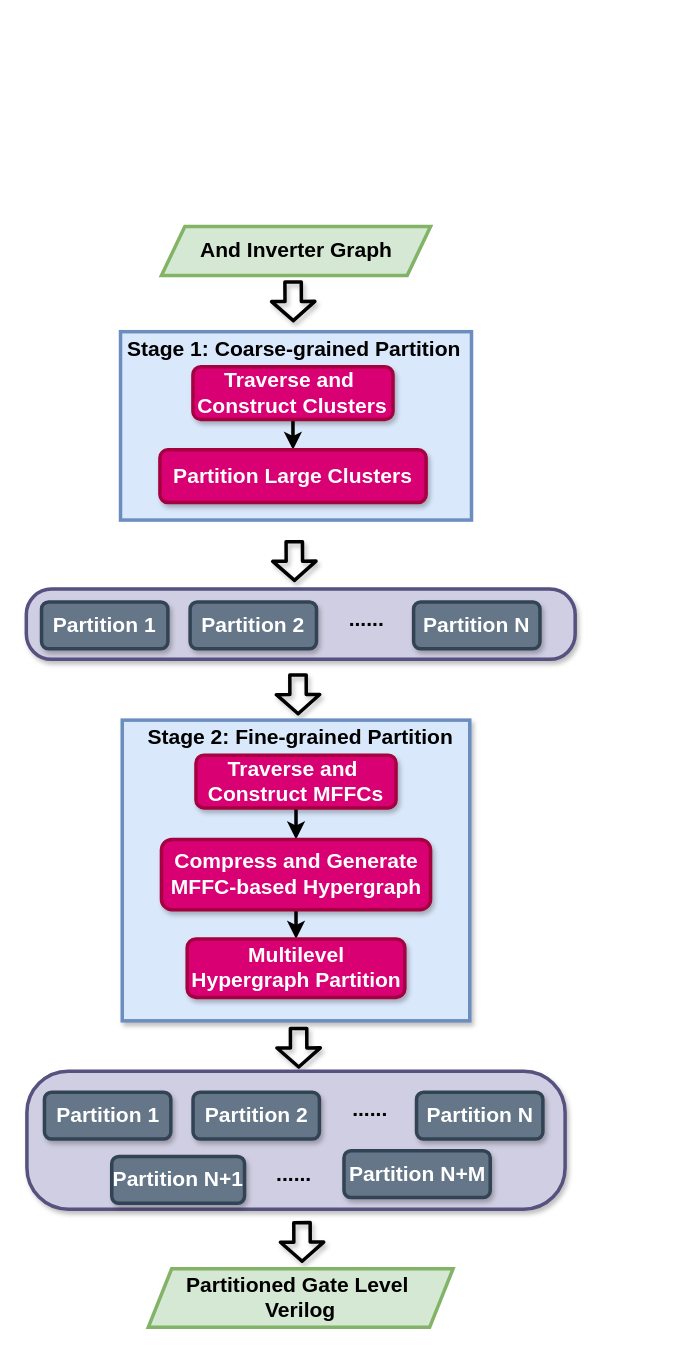
Before: PartitionFlow.drawio in kxzhu0505/LogicSynOpt, a draw.io diagram. Source tidied: cells renumbered, new cells numbered last; positions are measured from the earlier drawing's top-left corner, leaving out a move shared by most shapes. Both pictures are drawn from the tidied source at 117%, with x=0, y=0 at pixel (26, 226).
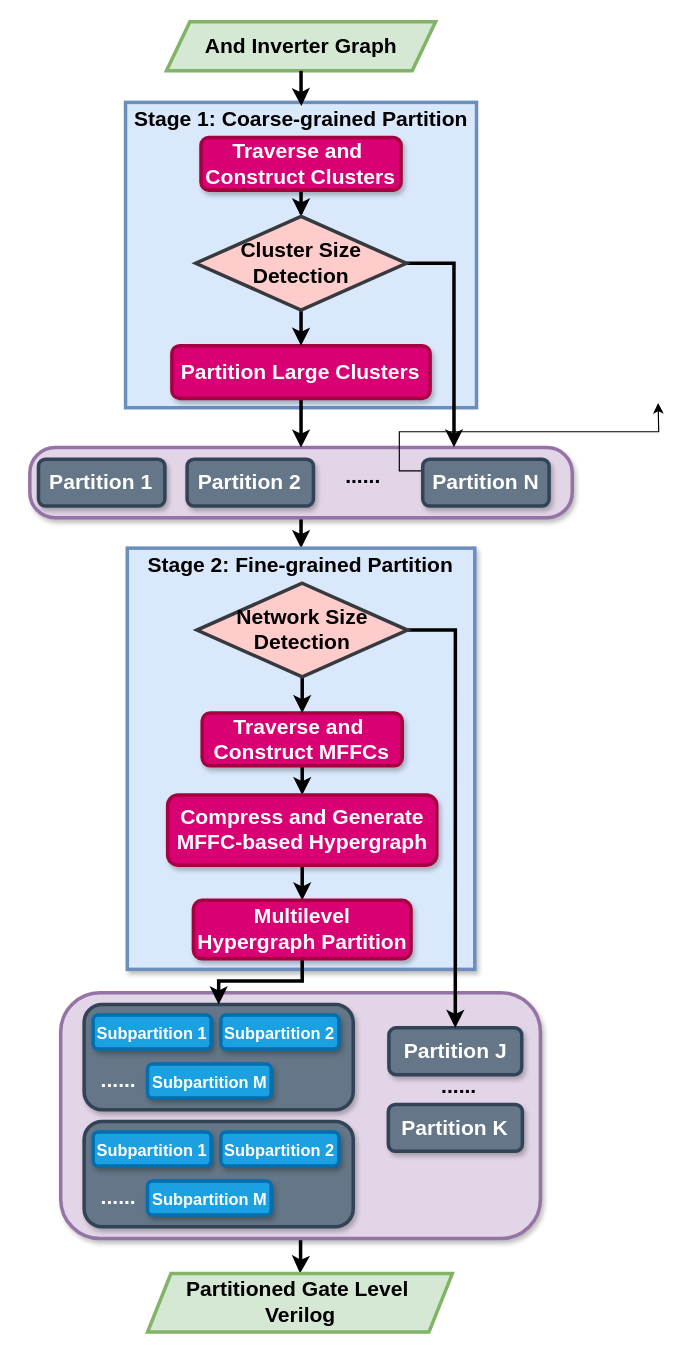
Above is the later version.

What changed in the source:
```diff
@@
+    <mxCell id="35" style="edgeStyle=orthogonalEdgeStyle;rounded=0;jettySize=auto;html=1;strokeWidth=3;" parent="1" edge="1" source="36" target="30">
+      <mxGeometry relative="1" as="geometry" />
+    </mxCell>
+    <mxCell id="36" style="rounded=1;whiteSpace=wrap;html=1;shadow=1;strokeWidth=3;fillColor=#e1d5e7;strokeColor=#9673a6;fontSize=18;arcSize=16;" parent="1" vertex="1">
+      <mxGeometry x="29.4" y="655" width="410" height="210" as="geometry" />
+    </mxCell>
@@
-    <mxCell id="3" style="shape=flexArrow;endArrow=classic;html=1;rounded=1;strokeWidth=3;width=12;endSize=4.445714285714286;shadow=1;fontSize=18;" parent="1" edge="1">
-      <mxGeometry relative="1" as="geometry">
-        <mxPoint x="228" y="46" as="sourcePoint" />
-        <mxPoint x="228.2" y="82" as="targetPoint" />
-      </mxGeometry>
-    </mxCell>
-    <mxCell id="4" style="shape=flexArrow;endArrow=classic;html=1;rounded=1;strokeWidth=3;width=12;endSize=4.445714285714286;shadow=1;fontSize=18;" parent="1" edge="1">
-      <mxGeometry relative="1" as="geometry">
-        <mxPoint x="232.2" y="382" as="sourcePoint" />
-        <mxPoint x="232.3" y="418" as="targetPoint" />
-      </mxGeometry>
-    </mxCell>
-    <mxCell id="5" style="shape=flexArrow;endArrow=classic;html=1;rounded=1;strokeWidth=3;width=12;endSize=4.445714285714286;shadow=1;fontSize=18;" parent="1" edge="1">
-      <mxGeometry relative="1" as="geometry">
-        <mxPoint x="232.7" y="684" as="sourcePoint" />
-        <mxPoint x="232.8" y="720" as="targetPoint" />
-      </mxGeometry>
-    </mxCell>
+    <mxCell id="37" style="edgeStyle=orthogonalEdgeStyle;rounded=0;jettySize=auto;html=1;entryX=0.5;entryY=0;entryDx=0;entryDy=0;strokeWidth=3;" parent="1" edge="1" source="6" target="21">
+      <mxGeometry relative="1" as="geometry" />
+    </mxCell>
-    <mxCell id="6" style="rounded=1;whiteSpace=wrap;html=1;shadow=1;strokeWidth=3;fillColor=#d0cee2;strokeColor=#56517e;fontSize=18;arcSize=36;" parent="1" vertex="1">
-      <mxGeometry y="310" width="469.1" height="60" as="geometry" />
+    <mxCell id="6" style="rounded=1;whiteSpace=wrap;html=1;shadow=1;strokeWidth=3;fillColor=#e1d5e7;strokeColor=#9673a6;fontSize=18;arcSize=36;" parent="1" vertex="1">
+      <mxGeometry x="3" y="189" width="463.6" height="60" as="geometry" />
     </mxCell>
     <mxCell id="7" value="&lt;font face=&quot;Helvetica&quot; style=&quot;font-size: 18px;&quot;&gt;Partition 1&lt;/font&gt;" style="rounded=1;whiteSpace=wrap;html=1;fillColor=#647687;strokeColor=#314354;fontStyle=1;fontSize=18;strokeWidth=3;shadow=1;fontColor=#ffffff;" parent="1" vertex="1">
-      <mxGeometry x="13" y="321" width="108" height="40" as="geometry" />
+      <mxGeometry x="10.4" y="199" width="108" height="40" as="geometry" />
     </mxCell>
     <mxCell id="8" value="&lt;font face=&quot;Helvetica&quot; style=&quot;font-size: 18px;&quot;&gt;......&lt;/font&gt;" style="text;html=1;strokeColor=none;fillColor=none;align=center;verticalAlign=middle;whiteSpace=wrap;rounded=0;fontStyle=1;fontSize=18;strokeWidth=3;" parent="1" vertex="1">
-      <mxGeometry x="261" y="321" width="60" height="30" as="geometry" />
+      <mxGeometry x="258.4" y="199" width="60" height="30" as="geometry" />
     </mxCell>
+    <mxCell id="38" style="edgeStyle=orthogonalEdgeStyle;rounded=0;jettySize=auto;html=1;exitX=0;exitY=0.25;exitDx=0;exitDy=0;" parent="1" edge="1" source="9">
+      <mxGeometry relative="1" as="geometry">
+        <mxPoint x="540" y="151" as="targetPoint" />
+      </mxGeometry>
+    </mxCell>
     <mxCell id="9" value="&lt;font face=&quot;Helvetica&quot; style=&quot;font-size: 18px;&quot;&gt;Partition N&lt;/font&gt;" style="rounded=1;whiteSpace=wrap;html=1;fillColor=#647687;strokeColor=#314354;fontStyle=1;fontSize=18;strokeWidth=3;shadow=1;fontColor=#ffffff;" parent="1" vertex="1">
-      <mxGeometry x="331" y="321" width="108" height="40" as="geometry" />
+      <mxGeometry x="338.8" y="199" width="108" height="40" as="geometry" />
     </mxCell>
     <mxCell id="10" value="&lt;font face=&quot;Helvetica&quot; style=&quot;font-size: 18px;&quot;&gt;Partition 2&lt;/font&gt;" style="rounded=1;whiteSpace=wrap;html=1;fillColor=#647687;strokeColor=#314354;fontStyle=1;fontSize=18;strokeWidth=3;shadow=1;fontColor=#ffffff;" parent="1" vertex="1">
-      <mxGeometry x="140" y="321" width="108" height="40" as="geometry" />
+      <mxGeometry x="137.4" y="199" width="108" height="40" as="geometry" />
     </mxCell>
-    <mxCell id="11" style="rounded=1;whiteSpace=wrap;html=1;shadow=1;strokeWidth=3;fillColor=#d0cee2;strokeColor=#56517e;fontSize=18;arcSize=30;" parent="1" vertex="1">
-      <mxGeometry x="0.5" y="722" width="460" height="118" as="geometry" />
+    <mxCell id="11" style="rounded=1;whiteSpace=wrap;html=1;shadow=1;strokeWidth=3;fillColor=#647687;strokeColor=#314354;fontSize=18;arcSize=17;fontColor=#ffffff;" parent="1" vertex="1">
+      <mxGeometry x="49.4" y="665" width="230" height="90" as="geometry" />
     </mxCell>
-    <mxCell id="12" value="&lt;font face=&quot;Helvetica&quot; style=&quot;font-size: 18px;&quot;&gt;Partition 1&lt;/font&gt;" style="rounded=1;whiteSpace=wrap;html=1;fillColor=#647687;strokeColor=#314354;fontStyle=1;fontSize=18;strokeWidth=3;shadow=1;fontColor=#ffffff;" parent="1" vertex="1">
-      <mxGeometry x="15.5" y="740" width="108" height="40" as="geometry" />
+    <mxCell id="12" value="&lt;font face=&quot;Helvetica&quot; style=&quot;font-size: 14px;&quot;&gt;Subpartition 1&lt;/font&gt;" style="rounded=1;whiteSpace=wrap;html=1;fontStyle=1;fontSize=18;strokeWidth=3;shadow=1;fillColor=#1ba1e2;strokeColor=#006EAF;fontColor=#ffffff;" parent="1" vertex="1">
+      <mxGeometry x="57.1" y="674" width="100.8" height="29" as="geometry" />
     </mxCell>
-    <mxCell id="13" value="&lt;font face=&quot;Helvetica&quot; style=&quot;font-size: 18px;&quot;&gt;......&lt;/font&gt;" style="text;html=1;strokeColor=none;fillColor=none;align=center;verticalAlign=middle;whiteSpace=wrap;rounded=0;fontStyle=1;fontSize=18;strokeWidth=3;" parent="1" vertex="1">
-      <mxGeometry x="263.5" y="740" width="60" height="30" as="geometry" />
-    </mxCell>
-    <mxCell id="14" value="&lt;font face=&quot;Helvetica&quot; style=&quot;font-size: 18px;&quot;&gt;Partition N&lt;/font&gt;" style="rounded=1;whiteSpace=wrap;html=1;fillColor=#647687;strokeColor=#314354;fontStyle=1;fontSize=18;strokeWidth=3;shadow=1;fontColor=#ffffff;" parent="1" vertex="1">
-      <mxGeometry x="333.5" y="740" width="108" height="40" as="geometry" />
-    </mxCell>
-    <mxCell id="15" value="&lt;font face=&quot;Helvetica&quot; style=&quot;font-size: 18px;&quot;&gt;Partition 2&lt;/font&gt;" style="rounded=1;whiteSpace=wrap;html=1;fillColor=#647687;strokeColor=#314354;fontStyle=1;fontSize=18;strokeWidth=3;shadow=1;fontColor=#ffffff;" parent="1" vertex="1">
-      <mxGeometry x="142.5" y="740" width="108" height="40" as="geometry" />
-    </mxCell>
-    <mxCell id="16" value="&lt;font face=&quot;Helvetica&quot; style=&quot;font-size: 18px;&quot;&gt;Partition N+1&lt;/font&gt;" style="rounded=1;whiteSpace=wrap;html=1;fillColor=#647687;strokeColor=#314354;fontStyle=1;fontSize=18;strokeWidth=3;shadow=1;fontColor=#ffffff;" parent="1" vertex="1">
-      <mxGeometry x="73" y="795" width="113.5" height="40" as="geometry" />
+    <mxCell id="16" value="&lt;font face=&quot;Helvetica&quot; style=&quot;font-size: 18px;&quot;&gt;Partition J&lt;/font&gt;" style="rounded=1;whiteSpace=wrap;html=1;fillColor=#647687;strokeColor=#314354;fontStyle=1;fontSize=18;strokeWidth=3;shadow=1;fontColor=#ffffff;" parent="1" vertex="1">
+      <mxGeometry x="309.9" y="685" width="113.5" height="40" as="geometry" />
     </mxCell>
-    <mxCell id="17" value="&lt;font face=&quot;Helvetica&quot; style=&quot;font-size: 18px;&quot;&gt;Partition N+M&lt;/font&gt;" style="rounded=1;whiteSpace=wrap;html=1;fillColor=#647687;strokeColor=#314354;fontStyle=1;fontSize=18;strokeWidth=3;shadow=1;fontColor=#ffffff;" parent="1" vertex="1">
-      <mxGeometry x="271.5" y="790" width="125" height="40" as="geometry" />
+    <mxCell id="17" value="&lt;font face=&quot;Helvetica&quot; style=&quot;font-size: 18px;&quot;&gt;Partition K&lt;/font&gt;" style="rounded=1;whiteSpace=wrap;html=1;fillColor=#647687;strokeColor=#314354;fontStyle=1;fontSize=18;strokeWidth=3;shadow=1;fontColor=#ffffff;" parent="1" vertex="1">
+      <mxGeometry x="309.4" y="750.5" width="114.6" height="40" as="geometry" />
     </mxCell>
-    <mxCell id="18" value="&lt;font face=&quot;Helvetica&quot; style=&quot;font-size: 18px;&quot;&gt;......&lt;/font&gt;" style="text;html=1;strokeColor=none;fillColor=none;align=center;verticalAlign=middle;whiteSpace=wrap;rounded=0;fontStyle=1;fontSize=18;strokeWidth=3;" parent="1" vertex="1">
-      <mxGeometry x="198.5" y="795" width="60" height="30" as="geometry" />
+    <mxCell id="18" value="&lt;font color=&quot;#ffffff&quot; face=&quot;Helvetica&quot; style=&quot;font-size: 18px;&quot;&gt;......&lt;/font&gt;" style="text;html=1;strokeColor=none;fillColor=none;align=center;verticalAlign=middle;whiteSpace=wrap;rounded=0;fontStyle=1;fontSize=18;strokeWidth=3;" parent="1" vertex="1">
+      <mxGeometry x="49.4" y="715" width="60" height="30" as="geometry" />
     </mxCell>
-    <mxCell id="19" style="shape=flexArrow;endArrow=classic;html=1;rounded=1;strokeWidth=3;width=12;endSize=4.445714285714286;shadow=1;fontSize=18;" parent="1" edge="1">
-      <mxGeometry relative="1" as="geometry">
-        <mxPoint x="229" y="268" as="sourcePoint" />
-        <mxPoint x="229.2" y="304" as="targetPoint" />
-      </mxGeometry>
-    </mxCell>
-    <mxCell id="20" style="shape=flexArrow;endArrow=classic;html=1;rounded=1;strokeWidth=3;width=12;endSize=4.445714285714286;shadow=1;fontSize=18;" parent="1" edge="1">
-      <mxGeometry relative="1" as="geometry">
-        <mxPoint x="235.6" y="850" as="sourcePoint" />
-        <mxPoint x="235.7" y="886" as="targetPoint" />
-      </mxGeometry>
-    </mxCell>
     <mxCell id="21" style="rounded=0;whiteSpace=wrap;html=1;strokeWidth=3;shadow=1;fillColor=#dae8fc;strokeColor=#6c8ebf;" parent="1" vertex="1">
-      <mxGeometry x="82" y="422" width="297" height="257" as="geometry" />
+      <mxGeometry x="86.3" y="275" width="297" height="360" as="geometry" />
     </mxCell>
     <mxCell id="22" value="&lt;b style=&quot;font-size: 18px;&quot;&gt;Stage 2:&amp;nbsp;&lt;/b&gt;&lt;span style=&quot;font-size: 18px;&quot;&gt;&lt;b&gt;Fine-grained Partition&lt;/b&gt;&lt;/span&gt;" style="text;html=1;align=center;verticalAlign=middle;whiteSpace=wrap;rounded=0;" parent="1" vertex="1">
-      <mxGeometry x="97" y="422" width="275" height="30" as="geometry" />
+      <mxGeometry x="97.3" y="275" width="275" height="30" as="geometry" />
     </mxCell>
@@
     <mxCell id="24" value="&lt;b style=&quot;&quot;&gt;&lt;font style=&quot;font-size: 18px;&quot;&gt;Traverse and&amp;nbsp; Construct MFFCs&lt;/font&gt;&lt;/b&gt;" style="rounded=1;whiteSpace=wrap;html=1;fillColor=#d80073;strokeColor=#A50040;strokeWidth=3;shadow=1;fontColor=#ffffff;" parent="1" vertex="1">
-      <mxGeometry x="145" y="452" width="171" height="45" as="geometry" />
+      <mxGeometry x="150.3" y="416" width="171" height="45" as="geometry" />
     </mxCell>
@@
     <mxCell id="26" value="&lt;b style=&quot;&quot;&gt;&lt;font style=&quot;font-size: 18px;&quot;&gt;Compress and Generate MFFC-based Hypergraph&lt;/font&gt;&lt;/b&gt;" style="rounded=1;whiteSpace=wrap;html=1;fillColor=#d80073;strokeColor=#A50040;strokeWidth=3;shadow=1;fontColor=#ffffff;" parent="1" vertex="1">
-      <mxGeometry x="115.5" y="524" width="230" height="60" as="geometry" />
+      <mxGeometry x="120.8" y="486" width="230" height="60" as="geometry" />
     </mxCell>
+    <mxCell id="39" style="edgeStyle=orthogonalEdgeStyle;rounded=0;jettySize=auto;html=1;strokeWidth=3;" parent="1" edge="1" source="27" target="11">
+      <mxGeometry relative="1" as="geometry">
+        <Array as="points">
+          <mxPoint x="235.4" y="645" />
+          <mxPoint x="164.4" y="645" />
+        </Array>
+      </mxGeometry>
+    </mxCell>
     <mxCell id="27" value="&lt;b style=&quot;&quot;&gt;&lt;font style=&quot;font-size: 18px;&quot;&gt;Multilevel Hypergraph Partition&lt;/font&gt;&lt;/b&gt;" style="rounded=1;whiteSpace=wrap;html=1;fillColor=#d80073;strokeColor=#A50040;strokeWidth=3;shadow=1;fontColor=#ffffff;" parent="1" vertex="1">
-      <mxGeometry x="137.5" y="609" width="186" height="50" as="geometry" />
+      <mxGeometry x="142.8" y="576" width="186" height="50" as="geometry" />
     </mxCell>
     <mxCell id="28" style="rounded=0;whiteSpace=wrap;html=1;strokeWidth=3;fillColor=#dae8fc;strokeColor=#6c8ebf;" parent="1" vertex="1">
-      <mxGeometry x="80.5" y="90" width="300" height="161" as="geometry" />
+      <mxGeometry x="84.8" y="-106" width="300" height="261" as="geometry" />
     </mxCell>
     <mxCell id="29" value="&lt;span style=&quot;font-size: 18px; font-weight: 700;&quot;&gt;And Inverter Graph&lt;/span&gt;" style="shape=parallelogram;perimeter=parallelogramPerimeter;whiteSpace=wrap;html=1;fixedSize=1;fillColor=#d5e8d4;strokeColor=#82b366;strokeWidth=3;" parent="1" vertex="1">
-      <mxGeometry x="115.5" width="230" height="42" as="geometry" />
+      <mxGeometry x="119.8" y="-175" width="230" height="42" as="geometry" />
     </mxCell>
     <mxCell id="30" value="&lt;span style=&quot;font-size: 18px; font-weight: 700;&quot;&gt;Partitioned Gate Level&amp;nbsp;&lt;/span&gt;&lt;div&gt;&lt;span style=&quot;font-size: 18px; font-weight: 700;&quot;&gt;Verilog&lt;/span&gt;&lt;/div&gt;" style="shape=parallelogram;perimeter=parallelogramPerimeter;whiteSpace=wrap;html=1;fixedSize=1;fillColor=#d5e8d4;strokeColor=#82b366;strokeWidth=3;" parent="1" vertex="1">
-      <mxGeometry x="104.2" y="891" width="260.5" height="50" as="geometry" />
+      <mxGeometry x="103.6" y="895" width="260.5" height="50" as="geometry" />
     </mxCell>
     <mxCell id="31" value="&lt;br&gt;&lt;b style=&quot;forced-color-adjust: none; color: rgb(0, 0, 0); font-family: Helvetica; font-style: normal; font-variant-ligatures: normal; font-variant-caps: normal; letter-spacing: normal; orphans: 2; text-align: center; text-indent: 0px; text-transform: none; widows: 2; word-spacing: 0px; -webkit-text-stroke-width: 0px; white-space: normal; text-decoration-thickness: initial; text-decoration-style: initial; text-decoration-color: initial; font-size: 18px;&quot;&gt;Stage 1: Coarse-grained Partition&lt;/b&gt;&lt;div&gt;&lt;br/&gt;&lt;/div&gt;" style="text;html=1;align=center;verticalAlign=middle;whiteSpace=wrap;rounded=0;fillColor=none;" parent="1" vertex="1">
-      <mxGeometry x="63.5" y="90" width="330" height="30" as="geometry" />
+      <mxGeometry x="69.8" y="-106" width="330" height="30" as="geometry" />
     </mxCell>
-    <mxCell id="32" style="edgeStyle=orthogonalEdgeStyle;rounded=0;jettySize=auto;html=1;entryX=0.5;entryY=0;entryDx=0;entryDy=0;strokeWidth=3;" parent="1" edge="1" source="33" target="34">
-      <mxGeometry relative="1" as="geometry" />
-    </mxCell>
+    <mxCell id="40" style="edgeStyle=orthogonalEdgeStyle;rounded=0;jettySize=auto;html=1;entryX=0.5;entryY=0;entryDx=0;entryDy=0;strokeWidth=3;" parent="1" edge="1" source="33" target="44">
+      <mxGeometry relative="1" as="geometry" />
+    </mxCell>
     <mxCell id="33" value="&lt;b style=&quot;&quot;&gt;&lt;font style=&quot;font-size: 18px;&quot;&gt;Traverse and&amp;nbsp; Construct Clusters&lt;/font&gt;&lt;/b&gt;" style="rounded=1;whiteSpace=wrap;html=1;fillColor=#d80073;strokeColor=#A50040;strokeWidth=3;shadow=1;fontColor=#ffffff;" parent="1" vertex="1">
-      <mxGeometry x="142.4" y="120" width="171" height="45" as="geometry" />
+      <mxGeometry x="149.3" y="-76" width="171" height="45" as="geometry" />
     </mxCell>
+    <mxCell id="41" style="edgeStyle=orthogonalEdgeStyle;rounded=0;jettySize=auto;html=1;entryX=0.5;entryY=0;entryDx=0;entryDy=0;strokeWidth=3;" parent="1" edge="1" source="34" target="6">
+      <mxGeometry relative="1" as="geometry" />
+    </mxCell>
     <mxCell id="34" value="&lt;b style=&quot;&quot;&gt;&lt;font style=&quot;font-size: 18px;&quot;&gt;Partition Large Clusters&lt;/font&gt;&lt;/b&gt;" style="rounded=1;whiteSpace=wrap;html=1;fillColor=#d80073;strokeColor=#A50040;strokeWidth=3;shadow=1;fontColor=#ffffff;" parent="1" vertex="1">
-      <mxGeometry x="114.2" y="191" width="227.5" height="45" as="geometry" />
+      <mxGeometry x="124.4" y="102" width="220.7" height="45" as="geometry" />
     </mxCell>
+    <mxCell id="42" style="edgeStyle=orthogonalEdgeStyle;rounded=0;jettySize=auto;html=1;entryX=0.5;entryY=0;entryDx=0;entryDy=0;strokeWidth=3;" parent="1" edge="1" source="44" target="34">
+      <mxGeometry relative="1" as="geometry" />
+    </mxCell>
+    <mxCell id="43" style="edgeStyle=orthogonalEdgeStyle;rounded=0;jettySize=auto;html=1;strokeWidth=3;entryX=0.782;entryY=-0.003;entryDx=0;entryDy=0;entryPerimeter=0;" parent="1" edge="1" source="44" target="6">
+      <mxGeometry relative="1" as="geometry">
+        <Array as="points">
+          <mxPoint x="365.4" y="32" />
+        </Array>
+      </mxGeometry>
+    </mxCell>
+    <mxCell id="44" value="&lt;font style=&quot;font-size: 18px;&quot;&gt;&lt;b&gt;Cluster Size&lt;/b&gt;&lt;/font&gt;&lt;div style=&quot;font-size: 18px;&quot;&gt;&lt;font style=&quot;font-size: 18px;&quot;&gt;&lt;b&gt;Detection&lt;/b&gt;&lt;/font&gt;&lt;/div&gt;" style="rhombus;whiteSpace=wrap;html=1;fillColor=#ffcccc;strokeColor=#36393d;strokeWidth=3;" parent="1" vertex="1">
+      <mxGeometry x="144.8" y="-8.5" width="180" height="80" as="geometry" />
+    </mxCell>
+    <mxCell id="45" style="edgeStyle=orthogonalEdgeStyle;rounded=0;jettySize=auto;html=1;entryX=0.501;entryY=0.012;entryDx=0;entryDy=0;entryPerimeter=0;strokeWidth=3;" parent="1" edge="1" source="29" target="28">
+      <mxGeometry relative="1" as="geometry" />
+    </mxCell>
+    <mxCell id="46" style="edgeStyle=orthogonalEdgeStyle;rounded=0;jettySize=auto;html=1;entryX=0.5;entryY=0;entryDx=0;entryDy=0;strokeWidth=3;" parent="1" edge="1" source="48" target="24">
+      <mxGeometry relative="1" as="geometry" />
+    </mxCell>
+    <mxCell id="47" style="edgeStyle=orthogonalEdgeStyle;rounded=0;jettySize=auto;html=1;strokeWidth=3;entryX=0.5;entryY=0;entryDx=0;entryDy=0;" parent="1" edge="1" source="48" target="16">
+      <mxGeometry relative="1" as="geometry">
+        <Array as="points">
+          <mxPoint x="366.4" y="345" />
+        </Array>
+      </mxGeometry>
+    </mxCell>
+    <mxCell id="48" value="&lt;font style=&quot;font-size: 18px;&quot;&gt;&lt;b&gt;Network Size&lt;/b&gt;&lt;/font&gt;&lt;div style=&quot;font-size: 18px;&quot;&gt;&lt;font style=&quot;font-size: 18px;&quot;&gt;&lt;b&gt;Detection&lt;/b&gt;&lt;/font&gt;&lt;/div&gt;" style="rhombus;whiteSpace=wrap;html=1;fillColor=#ffcccc;strokeColor=#36393d;strokeWidth=3;" parent="1" vertex="1">
+      <mxGeometry x="145.8" y="305" width="180" height="80" as="geometry" />
+    </mxCell>
+    <mxCell id="49" value="&lt;font face=&quot;Helvetica&quot; style=&quot;font-size: 14px;&quot;&gt;Subpartition 2&lt;/font&gt;" style="rounded=1;whiteSpace=wrap;html=1;fillColor=#1ba1e2;strokeColor=#006EAF;fontStyle=1;fontSize=18;strokeWidth=3;shadow=1;fontColor=#ffffff;" parent="1" vertex="1">
+      <mxGeometry x="166.3" y="674" width="100.8" height="29" as="geometry" />
+    </mxCell>
+    <mxCell id="50" value="&lt;font face=&quot;Helvetica&quot; style=&quot;font-size: 14px;&quot;&gt;Subpartition M&lt;/font&gt;" style="rounded=1;whiteSpace=wrap;html=1;fillColor=#1ba1e2;strokeColor=#006EAF;fontStyle=1;fontSize=18;strokeWidth=3;shadow=1;fontColor=#ffffff;" parent="1" vertex="1">
+      <mxGeometry x="103.6" y="716" width="105.7" height="29" as="geometry" />
+    </mxCell>
+    <mxCell id="51" style="rounded=1;whiteSpace=wrap;html=1;shadow=1;strokeWidth=3;fillColor=#647687;strokeColor=#314354;fontSize=18;arcSize=17;fontColor=#ffffff;" parent="1" vertex="1">
+      <mxGeometry x="49.4" y="765" width="230" height="90" as="geometry" />
+    </mxCell>
+    <mxCell id="52" value="&lt;font face=&quot;Helvetica&quot; style=&quot;font-size: 14px;&quot;&gt;Subpartition 1&lt;/font&gt;" style="rounded=1;whiteSpace=wrap;html=1;fillColor=#1ba1e2;strokeColor=#006EAF;fontStyle=1;fontSize=18;strokeWidth=3;shadow=1;fontColor=#ffffff;" parent="1" vertex="1">
+      <mxGeometry x="57.1" y="774" width="100.8" height="29" as="geometry" />
+    </mxCell>
+    <mxCell id="53" value="&lt;font color=&quot;#ffffff&quot; face=&quot;Helvetica&quot; style=&quot;font-size: 18px;&quot;&gt;......&lt;/font&gt;" style="text;html=1;strokeColor=none;fillColor=none;align=center;verticalAlign=middle;whiteSpace=wrap;rounded=0;fontStyle=1;fontSize=18;strokeWidth=3;" parent="1" vertex="1">
+      <mxGeometry x="49.4" y="815" width="60" height="30" as="geometry" />
+    </mxCell>
+    <mxCell id="54" value="&lt;font face=&quot;Helvetica&quot; style=&quot;font-size: 14px;&quot;&gt;Subpartition 2&lt;/font&gt;" style="rounded=1;whiteSpace=wrap;html=1;fillColor=#1ba1e2;strokeColor=#006EAF;fontStyle=1;fontSize=18;strokeWidth=3;shadow=1;fontColor=#ffffff;" parent="1" vertex="1">
+      <mxGeometry x="166.3" y="774" width="100.8" height="29" as="geometry" />
+    </mxCell>
+    <mxCell id="55" value="&lt;font face=&quot;Helvetica&quot; style=&quot;font-size: 14px;&quot;&gt;Subpartition M&lt;/font&gt;" style="rounded=1;whiteSpace=wrap;html=1;fillColor=#1ba1e2;strokeColor=#006EAF;fontStyle=1;fontSize=18;strokeWidth=3;shadow=1;fontColor=#ffffff;" parent="1" vertex="1">
+      <mxGeometry x="103.6" y="816" width="105.7" height="29" as="geometry" />
+    </mxCell>
+    <mxCell id="13" value="&lt;font face=&quot;Helvetica&quot; style=&quot;font-size: 18px;&quot;&gt;......&lt;/font&gt;" style="text;html=1;strokeColor=none;fillColor=none;align=center;verticalAlign=middle;whiteSpace=wrap;rounded=0;fontStyle=1;fontSize=18;strokeWidth=3;" parent="1" vertex="1">
+      <mxGeometry x="339.8" y="719.5" width="60" height="30" as="geometry" />
+    </mxCell>
```
